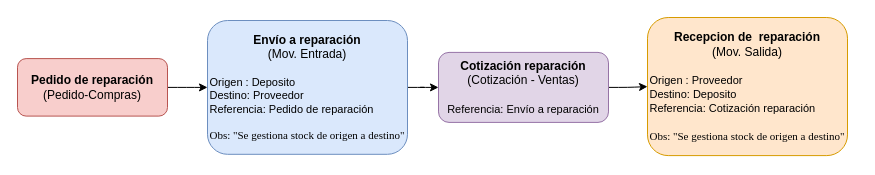
GJRusso/TMG keeps this draw.io diagram as page "Reparacion" (3 of 3) of Untitled Diagram.drawio. Above is the earlier version. Source tidied: cells renumbered, new cells numbered last; positions are measured from the earlier drawing's top-left corner, leaving out a move shared by most shapes. Both pictures are drawn from the tidied source at 100%, with x=0, y=0 at pixel (17, 17).
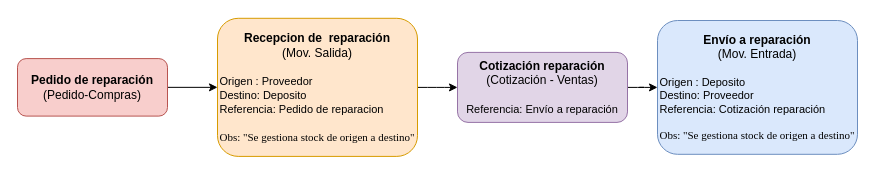
After the change.

Commit message (it also covers changes not shown here):
Se corrigen los movimientos en reparacion

What changed in the source:
```diff
@@
 <mxGraphModel>
   <root>
     <mxCell id="0" />
     <mxCell id="1" parent="0" />
-    <mxCell id="2" style="edgeStyle=orthogonalEdgeStyle;rounded=1;jettySize=auto;html=1;" parent="1" edge="1" source="3" target="8">
-      <mxGeometry relative="1" as="geometry" />
-    </mxCell>
-    <mxCell id="3" value="&lt;b&gt;Envío&amp;nbsp;a reparación&lt;/b&gt;&lt;br&gt;(Mov. Entrada)&lt;br&gt;&lt;br&gt;&lt;div style=&quot;text-align: left ; font-size: 11px&quot;&gt;Origen : Deposito&lt;/div&gt;&lt;div style=&quot;text-align: left ; font-size: 11px&quot;&gt;Destino: Proveedor&lt;/div&gt;&lt;div style=&quot;text-align: left ; font-size: 11px&quot;&gt;Referencia: Pedido de reparación&lt;/div&gt;&lt;div style=&quot;text-align: left ; font-size: 11px&quot;&gt;&lt;br&gt;&lt;/div&gt;&lt;div style=&quot;text-align: justify ; font-size: 11px&quot;&gt;&lt;font face=&quot;Times New Roman&quot;&gt;Obs: &quot;Se gestiona stock de origen a destino&quot;&lt;/font&gt;&lt;/div&gt;" style="rounded=1;whiteSpace=wrap;html=1;fillColor=#dae8fc;strokeColor=#6c8ebf;" parent="1" vertex="1">
-      <mxGeometry x="190" y="3" width="200" height="133.8" as="geometry" />
+    <mxCell id="3" value="&lt;b&gt;Envío&amp;nbsp;a reparación&lt;/b&gt;&lt;br&gt;(Mov. Entrada)&lt;br&gt;&lt;br&gt;&lt;div style=&quot;text-align: left ; font-size: 11px&quot;&gt;Origen : Deposito&lt;/div&gt;&lt;div style=&quot;text-align: left ; font-size: 11px&quot;&gt;Destino: Proveedor&lt;/div&gt;&lt;div style=&quot;text-align: left ; font-size: 11px&quot;&gt;Referencia: Cotización reparación&lt;/div&gt;&lt;div style=&quot;text-align: left ; font-size: 11px&quot;&gt;&lt;br&gt;&lt;/div&gt;&lt;div style=&quot;text-align: justify ; font-size: 11px&quot;&gt;&lt;font face=&quot;Times New Roman&quot;&gt;Obs: &quot;Se gestiona stock de origen a destino&quot;&lt;/font&gt;&lt;/div&gt;" style="rounded=1;whiteSpace=wrap;html=1;fillColor=#dae8fc;strokeColor=#6c8ebf;" parent="1" vertex="1">
+      <mxGeometry x="640" y="3" width="200" height="133.8" as="geometry" />
     </mxCell>
+    <mxCell id="9" style="edgeStyle=orthogonalEdgeStyle;rounded=1;jettySize=auto;html=1;" parent="1" edge="1" source="4" target="8">
+      <mxGeometry relative="1" as="geometry" />
+    </mxCell>
-    <mxCell id="4" value="&lt;b&gt;Recepcion de&amp;nbsp; reparación&lt;/b&gt;&lt;br&gt;(Mov. Salida)&lt;br&gt;&lt;br&gt;&lt;div style=&quot;text-align: left&quot;&gt;&lt;span style=&quot;font-size: 11px&quot;&gt;Origen&lt;/span&gt;&lt;span style=&quot;font-size: 11px&quot;&gt;&amp;nbsp;: Proveedor&lt;/span&gt;&lt;/div&gt;&lt;div style=&quot;text-align: left ; font-size: 11px&quot;&gt;&lt;span&gt;&lt;font style=&quot;font-size: 11px&quot;&gt;Destino: Deposito&lt;/font&gt;&lt;/span&gt;&lt;/div&gt;&lt;div style=&quot;text-align: left&quot;&gt;&lt;font&gt;&lt;span style=&quot;font-size: 11px&quot;&gt;Referencia: Cotización&amp;nbsp;&lt;/span&gt;&lt;/font&gt;&lt;span style=&quot;font-size: 11px&quot;&gt;reparación&lt;/span&gt;&lt;/div&gt;&lt;div style=&quot;text-align: left&quot;&gt;&lt;span style=&quot;font-size: 11px&quot;&gt;&lt;br&gt;&lt;/span&gt;&lt;/div&gt;&lt;div style=&quot;text-align: left ; font-size: 11px&quot;&gt;&lt;span style=&quot;font-family: &amp;#34;times new roman&amp;#34; ; text-align: justify&quot;&gt;Obs: &quot;Se gestiona stock de origen a destino&quot;&lt;/span&gt;&lt;span&gt;&lt;font style=&quot;font-size: 11px&quot;&gt;&lt;br&gt;&lt;/font&gt;&lt;/span&gt;&lt;/div&gt;" style="rounded=1;whiteSpace=wrap;html=1;fillColor=#ffe6cc;strokeColor=#d79b00;" parent="1" vertex="1">
-      <mxGeometry x="630" width="200" height="138.1" as="geometry" />
+    <mxCell id="4" value="&lt;b&gt;Recepcion de&amp;nbsp; reparación&lt;/b&gt;&lt;br&gt;(Mov. Salida)&lt;br&gt;&lt;br&gt;&lt;div style=&quot;text-align: left&quot;&gt;&lt;span style=&quot;font-size: 11px&quot;&gt;Origen&lt;/span&gt;&lt;span style=&quot;font-size: 11px&quot;&gt;&amp;nbsp;: Proveedor&lt;/span&gt;&lt;/div&gt;&lt;div style=&quot;text-align: left ; font-size: 11px&quot;&gt;&lt;span&gt;&lt;font style=&quot;font-size: 11px&quot;&gt;Destino: Deposito&lt;/font&gt;&lt;/span&gt;&lt;/div&gt;&lt;div style=&quot;text-align: left&quot;&gt;&lt;font&gt;&lt;span style=&quot;font-size: 11px&quot;&gt;Referencia: Pedido de reparacion&lt;/span&gt;&lt;/font&gt;&lt;/div&gt;&lt;div style=&quot;text-align: left&quot;&gt;&lt;span style=&quot;font-size: 11px&quot;&gt;&lt;br&gt;&lt;/span&gt;&lt;/div&gt;&lt;div style=&quot;text-align: left ; font-size: 11px&quot;&gt;&lt;span style=&quot;font-family: &amp;#34;times new roman&amp;#34; ; text-align: justify&quot;&gt;Obs: &quot;Se gestiona stock de origen a destino&quot;&lt;/span&gt;&lt;span&gt;&lt;font style=&quot;font-size: 11px&quot;&gt;&lt;br&gt;&lt;/font&gt;&lt;/span&gt;&lt;/div&gt;" style="rounded=1;whiteSpace=wrap;html=1;fillColor=#ffe6cc;strokeColor=#d79b00;" parent="1" vertex="1">
+      <mxGeometry x="200" y="0.8" width="200" height="138.1" as="geometry" />
     </mxCell>
-    <mxCell id="5" style="edgeStyle=orthogonalEdgeStyle;rounded=1;jettySize=auto;html=1;" parent="1" edge="1" source="6" target="3">
-      <mxGeometry relative="1" as="geometry" />
-    </mxCell>
+    <mxCell id="10" style="edgeStyle=orthogonalEdgeStyle;rounded=1;jettySize=auto;html=1;" parent="1" edge="1" source="6" target="4">
+      <mxGeometry relative="1" as="geometry" />
+    </mxCell>
     <mxCell id="6" value="&lt;b&gt;Pedido de reparación&lt;/b&gt;&lt;br&gt;(Pedido-Compras)" style="rounded=1;whiteSpace=wrap;html=1;fillColor=#f8cecc;strokeColor=#b85450;" parent="1" vertex="1">
       <mxGeometry y="41.1" width="150" height="57.5" as="geometry" />
     </mxCell>
-    <mxCell id="7" style="edgeStyle=orthogonalEdgeStyle;rounded=1;jettySize=auto;html=1;" parent="1" edge="1" source="8" target="4">
-      <mxGeometry relative="1" as="geometry" />
-    </mxCell>
+    <mxCell id="11" style="edgeStyle=orthogonalEdgeStyle;rounded=1;jettySize=auto;html=1;" parent="1" edge="1" source="8" target="3">
+      <mxGeometry relative="1" as="geometry" />
+    </mxCell>
     <mxCell id="8" value="&lt;b&gt;Cotización reparación&lt;/b&gt;&lt;br&gt;(Cotización - Ventas)&lt;br&gt;&lt;br&gt;&lt;div style=&quot;text-align: left&quot;&gt;&lt;span style=&quot;font-size: 11px&quot;&gt;Referencia: Envío a&amp;nbsp;&lt;/span&gt;&lt;span style=&quot;font-size: 11px&quot;&gt;reparación&lt;/span&gt;&lt;/div&gt;" style="rounded=1;whiteSpace=wrap;html=1;fillColor=#e1d5e7;strokeColor=#9673a6;" parent="1" vertex="1">
-      <mxGeometry x="421" y="34.9" width="170" height="70" as="geometry" />
+      <mxGeometry x="440" y="34.9" width="170" height="70" as="geometry" />
     </mxCell>
   </root>
 </mxGraphModel>
```
